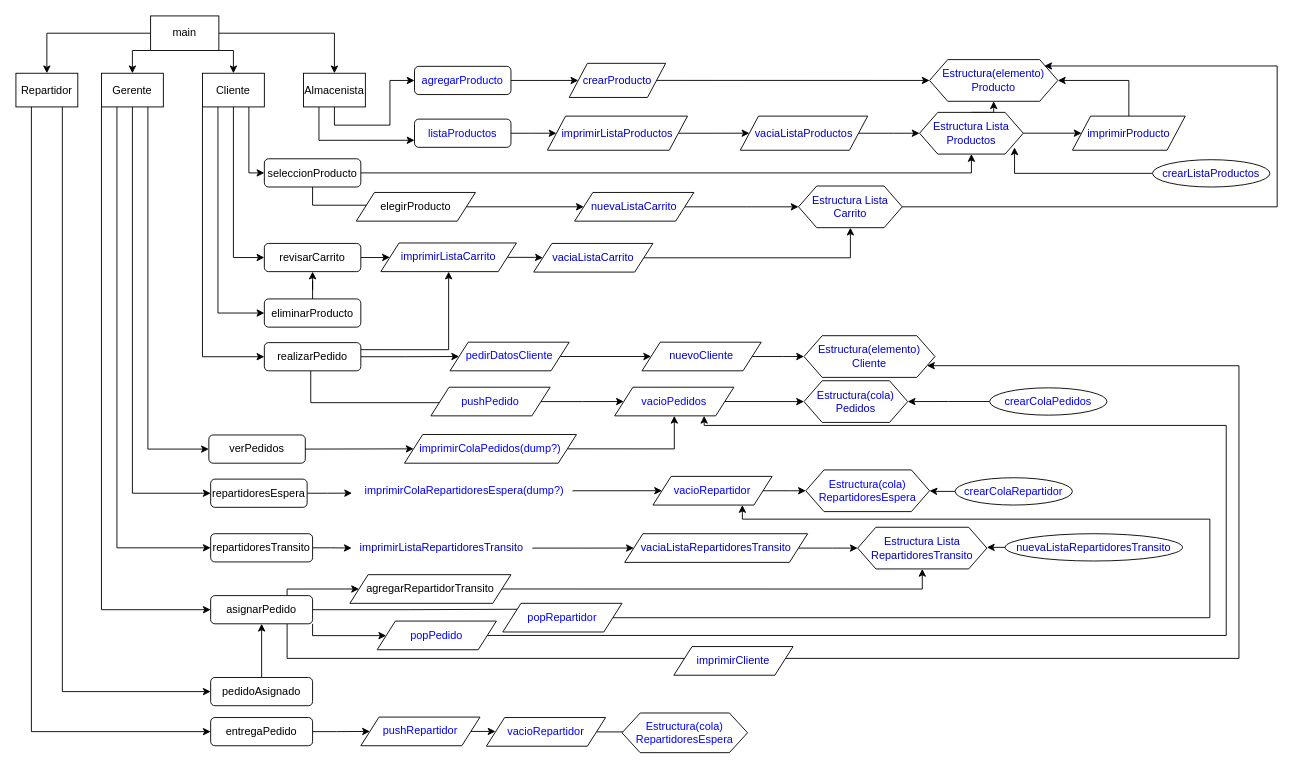
The draw.io diagram DiagramaFlujo-ProyectoC.drawio in AlairTox/proyectoC, before the edit. Source tidied: cells renumbered, new cells numbered last; positions are measured from the earlier drawing's top-left corner, leaving out a move shared by most shapes. Both pictures are drawn from the tidied source at 91%, with x=0, y=0 at pixel (15, 15).
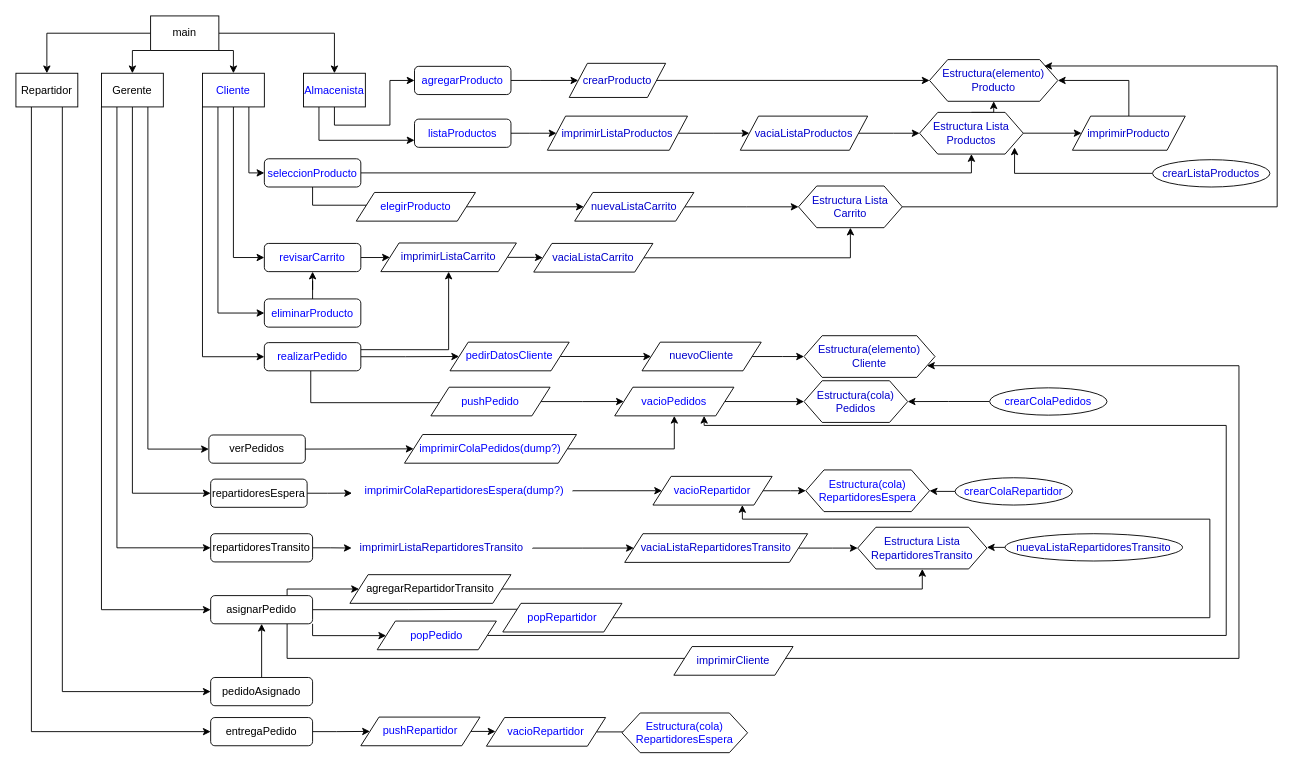
The same page after the edit.

Diff of the diagram source:
```diff
@@
-    <mxCell id="11" value="Cliente" style="rounded=0;whiteSpace=wrap;html=1;" parent="1" vertex="1">
+    <mxCell id="11" value="&lt;font color=&quot;#0000ff&quot;&gt;Cliente&lt;/font&gt;" style="rounded=0;whiteSpace=wrap;html=1;" parent="1" vertex="1">
       <mxGeometry x="205" y="63" width="68" height="37" as="geometry" />
     </mxCell>
@@
-    <mxCell id="14" value="Almacenista" style="rounded=0;whiteSpace=wrap;html=1;" parent="1" vertex="1">
+    <mxCell id="14" value="&lt;font color=&quot;#0000ff&quot;&gt;Almacenista&lt;/font&gt;" style="rounded=0;whiteSpace=wrap;html=1;" parent="1" vertex="1">
       <mxGeometry x="316" y="63" width="68" height="37" as="geometry" />
     </mxCell>
@@
-    <mxCell id="36" value="seleccionProducto" style="rounded=1;whiteSpace=wrap;html=1;" parent="1" vertex="1">
+    <mxCell id="36" value="&lt;font color=&quot;#0000ff&quot;&gt;seleccionProducto&lt;/font&gt;" style="rounded=1;whiteSpace=wrap;html=1;" parent="1" vertex="1">
       <mxGeometry x="273" y="157" width="106" height="31" as="geometry" />
     </mxCell>
@@
-    <mxCell id="47" value="elegirProducto" style="shape=parallelogram;perimeter=parallelogramPerimeter;whiteSpace=wrap;html=1;fixedSize=1;" parent="1" vertex="1">
+    <mxCell id="47" value="&lt;font color=&quot;#0000ff&quot;&gt;elegirProducto&lt;/font&gt;" style="shape=parallelogram;perimeter=parallelogramPerimeter;whiteSpace=wrap;html=1;fixedSize=1;" parent="1" vertex="1">
       <mxGeometry x="374" y="194" width="131" height="31.5" as="geometry" />
     </mxCell>
@@
-    <mxCell id="51" value="revisarCarrito" style="rounded=1;whiteSpace=wrap;html=1;" parent="1" vertex="1">
+    <mxCell id="51" value="&lt;font color=&quot;#0000ff&quot;&gt;revisarCarrito&lt;/font&gt;" style="rounded=1;whiteSpace=wrap;html=1;" parent="1" vertex="1">
       <mxGeometry x="273" y="250" width="106" height="31" as="geometry" />
     </mxCell>
@@
-    <mxCell id="55" value="eliminarProducto" style="rounded=1;whiteSpace=wrap;html=1;" parent="1" vertex="1">
+    <mxCell id="55" value="&lt;font color=&quot;#0000ff&quot;&gt;eliminarProducto&lt;/font&gt;" style="rounded=1;whiteSpace=wrap;html=1;" parent="1" vertex="1">
       <mxGeometry x="273" y="311" width="106" height="31" as="geometry" />
     </mxCell>
@@
-    <mxCell id="59" value="realizarPedido" style="rounded=1;whiteSpace=wrap;html=1;" parent="1" vertex="1">
+    <mxCell id="59" value="&lt;font color=&quot;#0000ff&quot;&gt;realizarPedido&lt;/font&gt;" style="rounded=1;whiteSpace=wrap;html=1;" parent="1" vertex="1">
       <mxGeometry x="273" y="359" width="106" height="31" as="geometry" />
     </mxCell>
```
